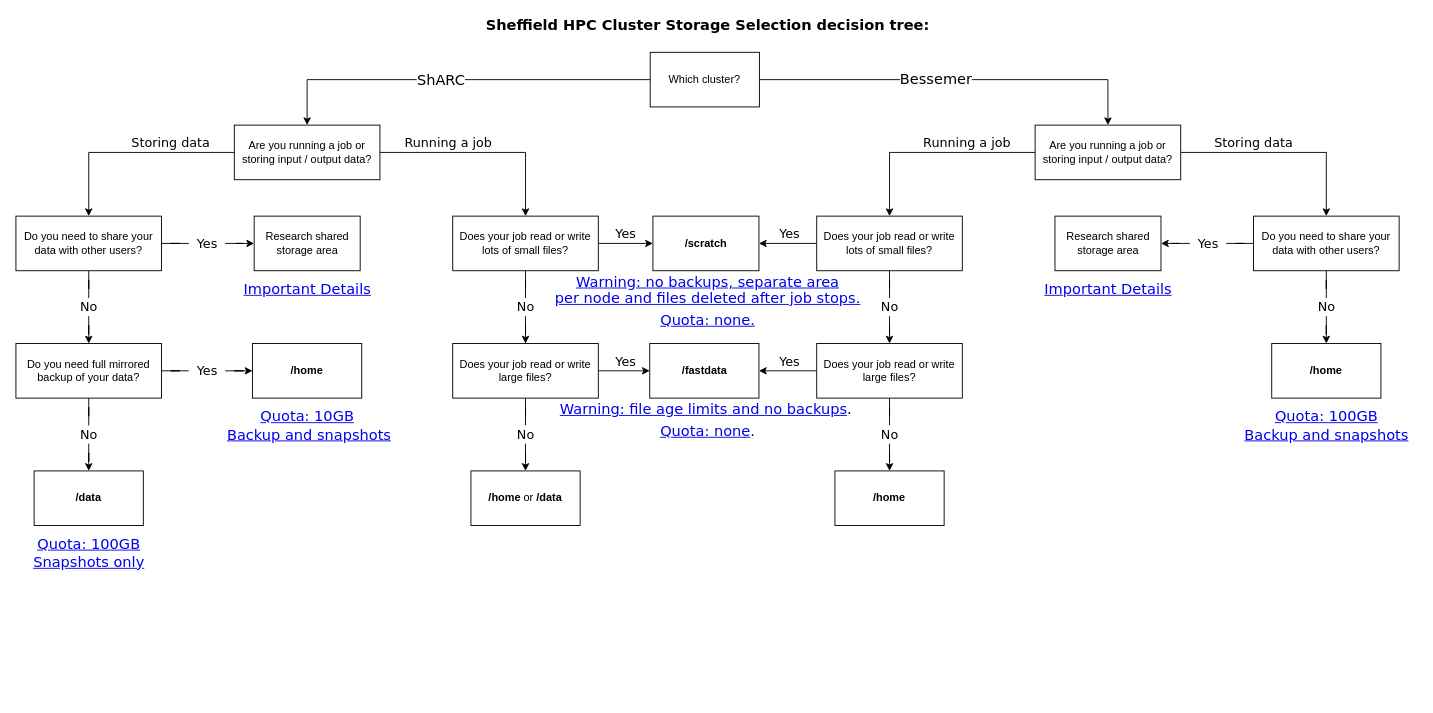
Before: hpc/Sheffield HPC Cluster Storage Selection decision tree.drawio.xml in rcgsheffield/sheffield_hpc, a draw.io diagram. Source tidied: cells renumbered, new cells numbered last; positions are measured from the earlier drawing's top-left corner, leaving out a move shared by most shapes. Both pictures are drawn from the tidied source at 91%, with x=0, y=0 at pixel (15, 15).
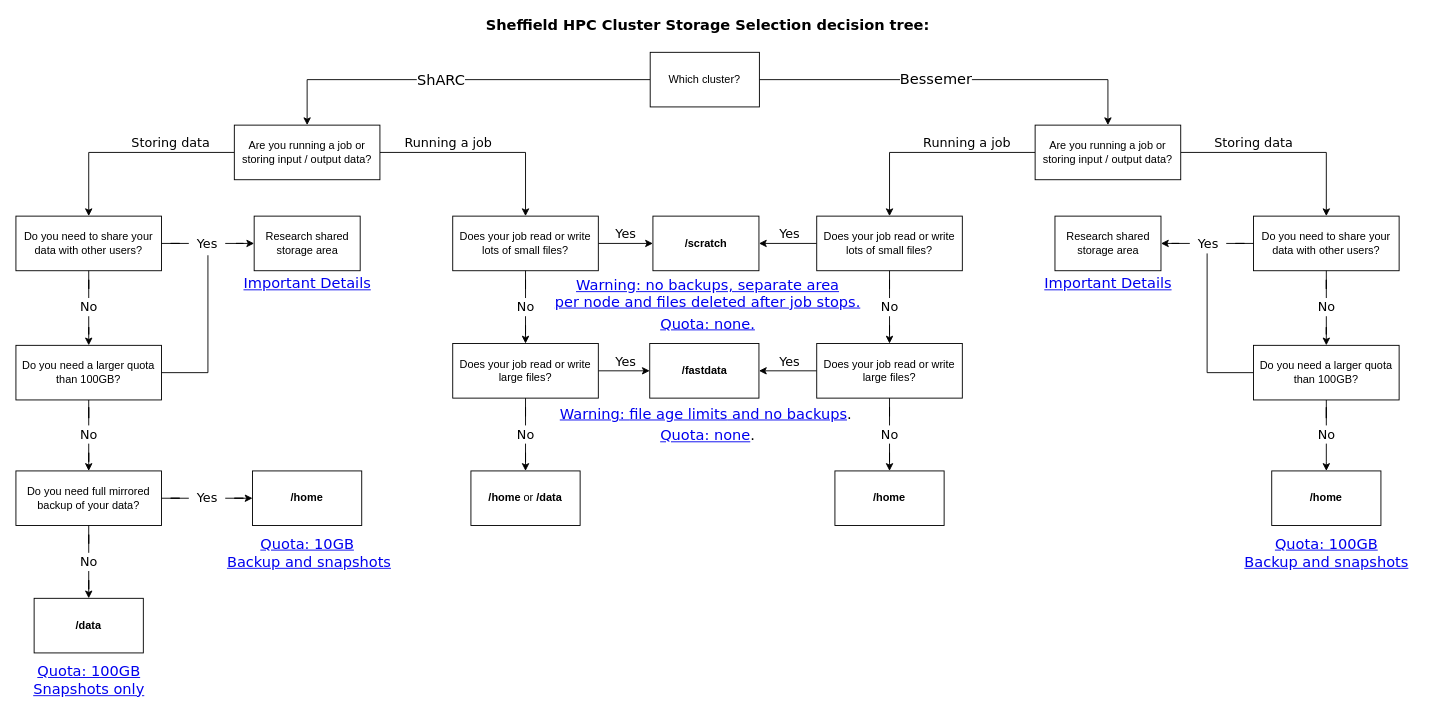
The same diagram, later.

Commit message (it also covers changes not shown here):
Amend flowchart to include quota requirements question.

The change refers to these unchanged cells:
```xml
<mxCell id="57" value="No" style="text;html=1;align=center;verticalAlign=middle;points=[];strokeColor=none;fillColor=none;fontSize=14;fontFamily=Verdana;" parent="1" vertex="1">
  <mxGeometry x="65" y="310" width="30" height="20" as="geometry" />
</mxCell>
<mxCell id="59" value="Yes" style="text;html=1;align=center;verticalAlign=middle;points=[];strokeColor=none;fillColor=none;fontSize=14;fontFamily=Verdana;" parent="1" vertex="1">
  <mxGeometry x="190" y="240" width="40" height="20" as="geometry" />
</mxCell>
<mxCell id="70" value="No" style="text;html=1;align=center;verticalAlign=middle;points=[];strokeColor=none;fillColor=none;fontSize=14;fontFamily=Verdana;" parent="1" vertex="1">
  <mxGeometry x="1425" y="310" width="30" height="20" as="geometry" />
</mxCell>
<mxCell id="72" value="Yes" style="text;html=1;align=center;verticalAlign=middle;points=[];strokeColor=none;fillColor=none;fontSize=14;fontFamily=Verdana;" parent="1" vertex="1">
  <mxGeometry x="1290" y="240" width="40" height="20" as="geometry" />
</mxCell>
```

What changed in the source:
```diff
@@
     <mxCell id="22" value="&lt;a href=&quot;https://docs.hpc.shef.ac.uk/en/latest/hpc/filestore.html#scratch-directories&quot;&gt;Warning: no backups, separate area &lt;br&gt;&lt;/a&gt;" style="text;html=1;align=center;verticalAlign=middle;strokeColor=none;fillColor=none;fontSize=16;fontFamily=Verdana;" parent="1" vertex="1">
-      <mxGeometry x="604.5" y="282" width="310" height="20" as="geometry" />
+      <mxGeometry x="604.5" y="286" width="310" height="20" as="geometry" />
     </mxCell>
     <mxCell id="23" value="&lt;a href=&quot;https://docs.hpc.shef.ac.uk/en/latest/hpc/filestore.html#fastdata-areas&quot;&gt;Warning: &lt;/a&gt;&lt;a href=&quot;https://docs.hpc.shef.ac.uk/en/latest/hpc/filestore.html#fastdata-areas&quot;&gt;file age limits&lt;/a&gt;&lt;a href=&quot;https://docs.hpc.shef.ac.uk/en/latest/hpc/filestore.html#fastdata-areas&quot;&gt; and &lt;/a&gt;&lt;a href=&quot;https://docs.hpc.shef.ac.uk/en/latest/hpc/filestore.html#fastdata-areas&quot;&gt;no backups&lt;/a&gt;&lt;a href=&quot;https://docs.hpc.shef.ac.uk/en/latest/hpc/filestore.html#fastdata-areas&quot;&gt;&lt;/a&gt;." style="text;html=1;align=center;verticalAlign=middle;strokeColor=none;fillColor=none;fontSize=16;fontFamily=Verdana;" parent="1" vertex="1">
-      <mxGeometry x="588.2" y="422" width="340" height="20" as="geometry" />
+      <mxGeometry x="588.2" y="427" width="340" height="20" as="geometry" />
     </mxCell>
@@
-    <mxCell id="40" style="edgeStyle=orthogonalEdgeStyle;rounded=0;jettySize=auto;html=1;fontFamily=Verdana;fontSize=14;startArrow=none;" parent="1" edge="1" source="57" target="52">
-      <mxGeometry relative="1" as="geometry" />
-    </mxCell>
@@
     <mxCell id="52" value="Do you need full mirrored backup of your data?" style="rounded=0;whiteSpace=wrap;html=1;spacing=8;" parent="1" vertex="1">
-      <mxGeometry y="360" width="160" height="60" as="geometry" />
+      <mxGeometry y="500" width="160" height="60" as="geometry" />
     </mxCell>
@@
     <mxCell id="54" value="&lt;b&gt;/home&lt;/b&gt;" style="rounded=0;whiteSpace=wrap;html=1;" parent="1" vertex="1">
-      <mxGeometry x="260" y="360" width="120" height="60" as="geometry" />
+      <mxGeometry x="260" y="500" width="120" height="60" as="geometry" />
     </mxCell>
     <mxCell id="55" value="&lt;b&gt;/data&lt;/b&gt;" style="rounded=0;whiteSpace=wrap;html=1;" parent="1" vertex="1">
-      <mxGeometry x="20" y="500" width="120" height="60" as="geometry" />
+      <mxGeometry x="20" y="640" width="120" height="60" as="geometry" />
     </mxCell>
     <mxCell id="56" value="&lt;b&gt;/home&lt;/b&gt;" style="rounded=0;whiteSpace=wrap;html=1;" parent="1" vertex="1">
-      <mxGeometry x="1380" y="360" width="120" height="60" as="geometry" />
+      <mxGeometry x="1380" y="500" width="120" height="60" as="geometry" />
     </mxCell>
+    <mxCell id="85" style="edgeStyle=orthogonalEdgeStyle;rounded=0;jettySize=auto;html=1;" parent="1" edge="1" source="57" target="89">
+      <mxGeometry relative="1" as="geometry" />
+    </mxCell>
@@
-    <mxCell id="61" style="edgeStyle=orthogonalEdgeStyle;rounded=0;jettySize=auto;html=1;fontFamily=Verdana;fontSize=14;startArrow=none;" parent="1" edge="1" source="70" target="56">
-      <mxGeometry relative="1" as="geometry" />
-    </mxCell>
@@
     <mxCell id="66" value="Yes" style="text;html=1;align=center;verticalAlign=middle;points=[];strokeColor=none;fillColor=none;fontSize=14;fontFamily=Verdana;" parent="1" vertex="1">
-      <mxGeometry x="190" y="380" width="40" height="20" as="geometry" />
+      <mxGeometry x="190" y="520" width="40" height="20" as="geometry" />
     </mxCell>
@@
     <mxCell id="68" value="No" style="text;html=1;align=center;verticalAlign=middle;points=[];strokeColor=none;fillColor=none;fontSize=14;fontFamily=Verdana;" parent="1" vertex="1">
-      <mxGeometry x="65" y="450" width="30" height="20" as="geometry" />
+      <mxGeometry x="65" y="590" width="30" height="20" as="geometry" />
     </mxCell>
@@
+    <mxCell id="86" style="edgeStyle=orthogonalEdgeStyle;rounded=0;jettySize=auto;html=1;endArrow=classic;endFill=1;" parent="1" edge="1" source="70" target="94">
+      <mxGeometry relative="1" as="geometry" />
+    </mxCell>
@@
     <mxCell id="74" value="&lt;a href=&quot;https://docs.hpc.shef.ac.uk/en/latest/hpc/filestore.html#home-directories&quot;&gt;Quota: 10GB&lt;/a&gt;" style="text;html=1;align=center;verticalAlign=middle;strokeColor=none;fillColor=none;fontSize=16;fontFamily=Verdana;" parent="1" vertex="1">
-      <mxGeometry x="260" y="430" width="120" height="20" as="geometry" />
+      <mxGeometry x="260" y="570" width="120" height="20" as="geometry" />
     </mxCell>
     <mxCell id="75" value="&lt;a href=&quot;https://docs.hpc.shef.ac.uk/en/latest/hpc/filestore.html#data-directories&quot;&gt;Quota: 100GB&lt;/a&gt;" style="text;html=1;align=center;verticalAlign=middle;strokeColor=none;fillColor=none;fontSize=16;fontFamily=Verdana;" parent="1" vertex="1">
-      <mxGeometry x="15" y="570" width="130" height="20" as="geometry" />
+      <mxGeometry x="15" y="710" width="130" height="20" as="geometry" />
     </mxCell>
     <mxCell id="76" value="&lt;a href=&quot;https://docs.hpc.shef.ac.uk/en/latest/hpc/filestore.html#home-directories&quot;&gt;Quota: 100GB&lt;/a&gt;" style="text;html=1;align=center;verticalAlign=middle;strokeColor=none;fillColor=none;fontSize=16;fontFamily=Verdana;" parent="1" vertex="1">
-      <mxGeometry x="1375" y="430" width="130" height="20" as="geometry" />
+      <mxGeometry x="1375" y="570" width="130" height="20" as="geometry" />
     </mxCell>
     <mxCell id="77" value="&lt;a href=&quot;https://docs.hpc.shef.ac.uk/en/latest/hpc/filestore.html#home-directories&quot;&gt;Backup and snapshots&lt;/a&gt;" style="text;html=1;align=center;verticalAlign=middle;strokeColor=none;fillColor=none;fontSize=16;fontFamily=Verdana;" parent="1" vertex="1">
-      <mxGeometry x="221.8" y="450" width="200" height="20" as="geometry" />
+      <mxGeometry x="221.8" y="590" width="200" height="20" as="geometry" />
     </mxCell>
     <mxCell id="78" value="&lt;a href=&quot;https://docs.hpc.shef.ac.uk/en/latest/hpc/filestore.html#home-directories&quot;&gt;Backup and snapshots&lt;/a&gt;" style="text;html=1;align=center;verticalAlign=middle;strokeColor=none;fillColor=none;fontSize=16;fontFamily=Verdana;" parent="1" vertex="1">
-      <mxGeometry x="1340" y="450" width="200" height="20" as="geometry" />
+      <mxGeometry x="1340" y="590" width="200" height="20" as="geometry" />
     </mxCell>
     <mxCell id="79" value="&lt;a href=&quot;https://docs.hpc.shef.ac.uk/en/latest/hpc/filestore.html#data-directories&quot;&gt;Snapshots only&lt;/a&gt;" style="text;html=1;align=center;verticalAlign=middle;strokeColor=none;fillColor=none;fontSize=16;fontFamily=Verdana;" parent="1" vertex="1">
-      <mxGeometry x="10" y="590" width="140" height="20" as="geometry" />
+      <mxGeometry x="10" y="730" width="140" height="20" as="geometry" />
     </mxCell>
     <mxCell id="80" value="&lt;a href=&quot;https://docs.hpc.shef.ac.uk/en/latest/hpc/filestore.html#shared-project-directories&quot;&gt;Important Details&lt;/a&gt;" style="text;html=1;align=center;verticalAlign=middle;strokeColor=none;fillColor=none;fontSize=16;fontFamily=Verdana;" parent="1" vertex="1">
-      <mxGeometry x="240" y="290" width="160" height="20" as="geometry" />
+      <mxGeometry x="240" y="284" width="160" height="20" as="geometry" />
     </mxCell>
     <mxCell id="81" value="&lt;a href=&quot;https://docs.hpc.shef.ac.uk/en/latest/hpc/filestore.html#shared-project-directories&quot;&gt;Important Details&lt;/a&gt;" style="text;html=1;align=center;verticalAlign=middle;strokeColor=none;fillColor=none;fontSize=16;fontFamily=Verdana;" parent="1" vertex="1">
-      <mxGeometry x="1120" y="290" width="160" height="20" as="geometry" />
+      <mxGeometry x="1120" y="284" width="160" height="20" as="geometry" />
     </mxCell>
     <mxCell id="82" value="&lt;a href=&quot;https://docs.hpc.shef.ac.uk/en/latest/hpc/filestore.html#automatic-file-deletion&quot;&gt;Quota: none&lt;/a&gt;." style="text;html=1;align=center;verticalAlign=middle;strokeColor=none;fillColor=none;fontSize=16;fontFamily=Verdana;" parent="1" vertex="1">
-      <mxGeometry x="699.5" y="446" width="120" height="20" as="geometry" />
+      <mxGeometry x="699.5" y="451" width="120" height="20" as="geometry" />
     </mxCell>
     <mxCell id="83" value="&lt;a href=&quot;https://docs.hpc.shef.ac.uk/en/latest/hpc/filestore.html#scratch-directories&quot;&gt;Quota: none. &lt;br&gt;&lt;/a&gt;" style="text;html=1;align=center;verticalAlign=middle;strokeColor=none;fillColor=none;fontSize=16;fontFamily=Verdana;" parent="1" vertex="1">
-      <mxGeometry x="699.5" y="324" width="120" height="20" as="geometry" />
+      <mxGeometry x="699.5" y="328" width="120" height="20" as="geometry" />
     </mxCell>
     <mxCell id="84" value="&lt;a href=&quot;https://docs.hpc.shef.ac.uk/en/latest/hpc/filestore.html#scratch-directories&quot;&gt;per node and files deleted after job stops.&lt;/a&gt;" style="text;html=1;align=center;verticalAlign=middle;strokeColor=none;fillColor=none;fontSize=16;fontFamily=Verdana;" parent="1" vertex="1">
-      <mxGeometry x="584.5" y="300" width="350" height="20" as="geometry" />
+      <mxGeometry x="584.5" y="304" width="350" height="20" as="geometry" />
     </mxCell>
+    <mxCell id="87" style="edgeStyle=orthogonalEdgeStyle;rounded=0;jettySize=auto;html=1;endArrow=none;endFill=0;" parent="1" edge="1" source="89" target="91">
+      <mxGeometry relative="1" as="geometry" />
+    </mxCell>
+    <mxCell id="88" style="edgeStyle=orthogonalEdgeStyle;rounded=0;jettySize=auto;html=1;exitX=1;exitY=0.5;exitDx=0;exitDy=0;entryX=0.525;entryY=1.15;entryDx=0;entryDy=0;entryPerimeter=0;endArrow=none;endFill=0;" parent="1" edge="1" source="89" target="59">
+      <mxGeometry relative="1" as="geometry" />
+    </mxCell>
+    <mxCell id="89" value="Do you need a larger quota than 100GB?" style="rounded=0;whiteSpace=wrap;html=1;spacing=8;" parent="1" vertex="1">
+      <mxGeometry y="362" width="160" height="60" as="geometry" />
+    </mxCell>
+    <mxCell id="90" style="edgeStyle=orthogonalEdgeStyle;rounded=0;jettySize=auto;html=1;" parent="1" edge="1" source="91" target="52">
+      <mxGeometry relative="1" as="geometry" />
+    </mxCell>
+    <mxCell id="91" value="No" style="text;html=1;align=center;verticalAlign=middle;points=[];strokeColor=none;fillColor=none;fontSize=14;fontFamily=Verdana;" parent="1" vertex="1">
+      <mxGeometry x="65" y="450" width="30" height="20" as="geometry" />
+    </mxCell>
+    <mxCell id="92" style="edgeStyle=orthogonalEdgeStyle;rounded=0;jettySize=auto;html=1;endArrow=none;endFill=0;" parent="1" edge="1" source="94" target="96">
+      <mxGeometry relative="1" as="geometry" />
+    </mxCell>
+    <mxCell id="93" style="edgeStyle=orthogonalEdgeStyle;rounded=0;jettySize=auto;html=1;exitX=0;exitY=0.5;exitDx=0;exitDy=0;entryX=0.475;entryY=1.05;entryDx=0;entryDy=0;entryPerimeter=0;endArrow=none;endFill=0;" parent="1" edge="1" source="94" target="72">
+      <mxGeometry relative="1" as="geometry" />
+    </mxCell>
+    <mxCell id="94" value="Do you need a larger quota than 100GB?" style="rounded=0;whiteSpace=wrap;html=1;spacing=8;" parent="1" vertex="1">
+      <mxGeometry x="1360" y="362" width="160" height="60" as="geometry" />
+    </mxCell>
+    <mxCell id="95" style="edgeStyle=orthogonalEdgeStyle;rounded=0;jettySize=auto;html=1;endArrow=classic;endFill=1;" parent="1" edge="1" source="96">
+      <mxGeometry relative="1" as="geometry">
+        <mxPoint x="1440" y="500" as="targetPoint" />
+      </mxGeometry>
+    </mxCell>
+    <mxCell id="96" value="No" style="text;html=1;align=center;verticalAlign=middle;points=[];strokeColor=none;fillColor=none;fontSize=14;fontFamily=Verdana;" parent="1" vertex="1">
+      <mxGeometry x="1425" y="450" width="30" height="20" as="geometry" />
+    </mxCell>
```
